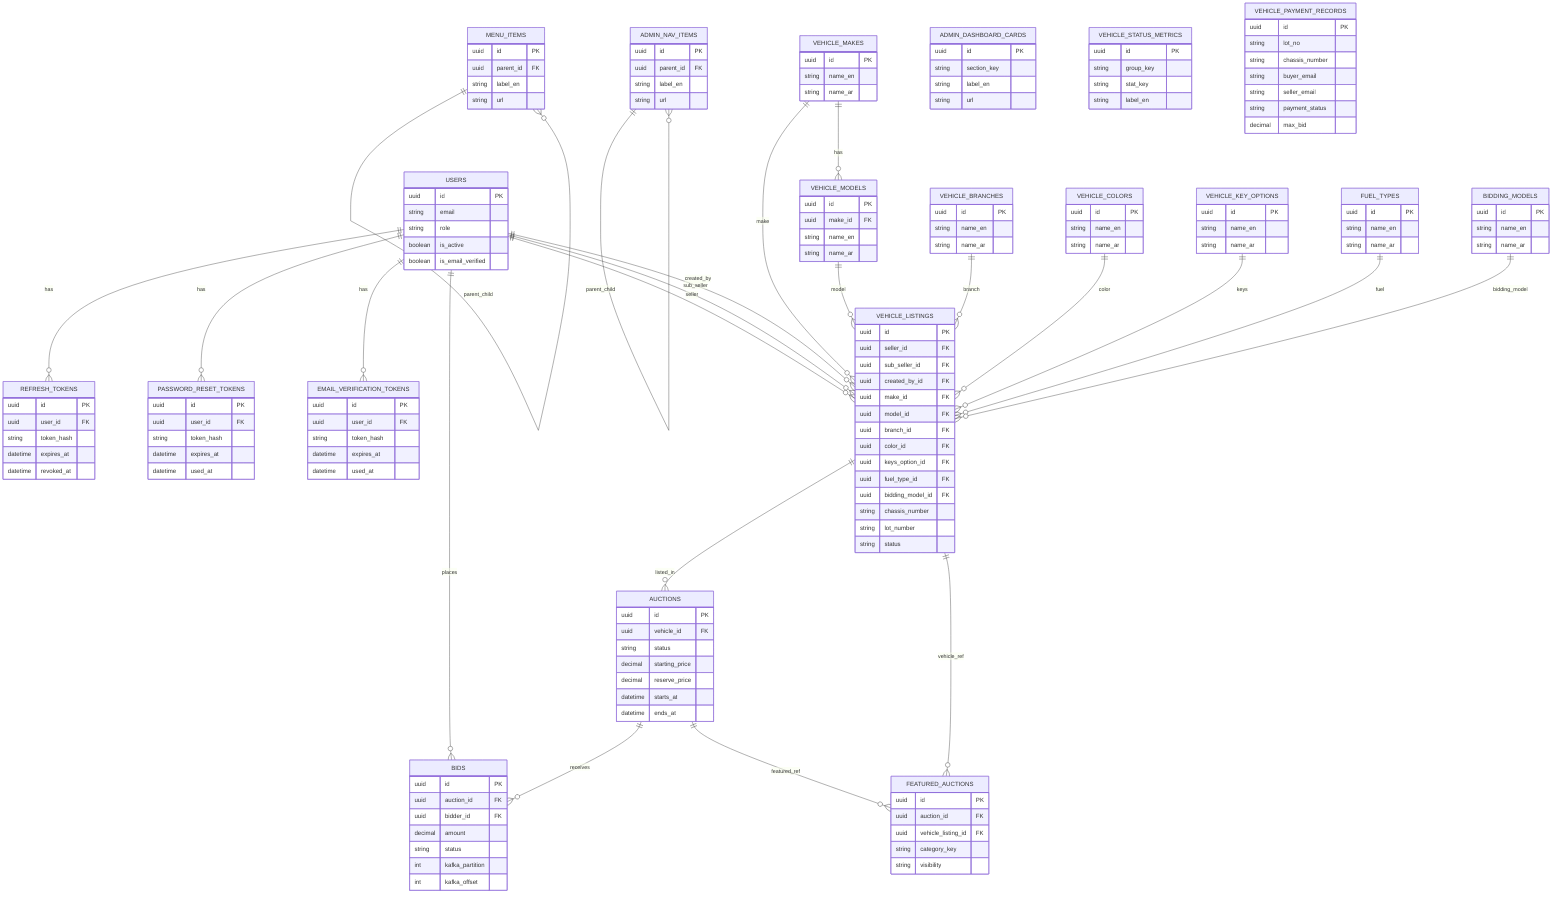
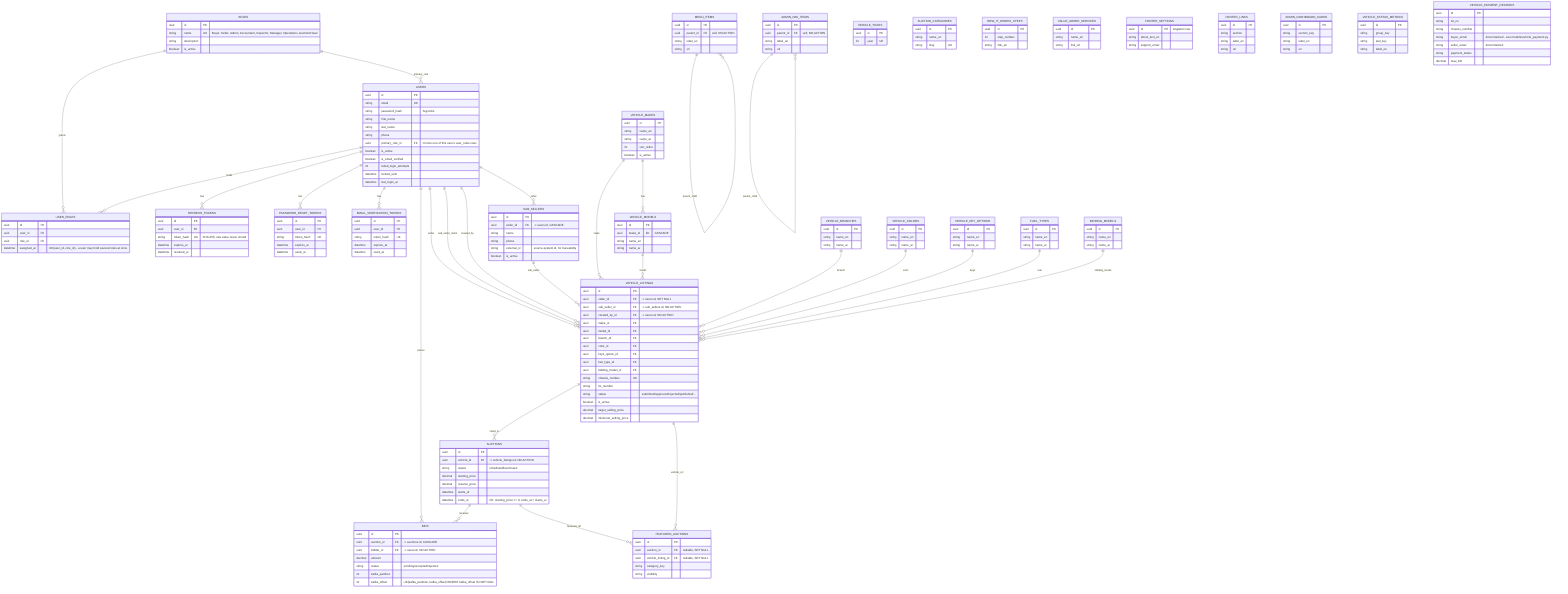
erDiagram
+     %% --- Identity & RBAC ---
+     ROLES ||--o{ USER_ROLES : grants
+     USERS ||--o{ USER_ROLES : holds
    USERS ||--o{ REFRESH_TOKENS : has
    USERS ||--o{ PASSWORD_RESET_TOKENS : has
    USERS ||--o{ EMAIL_VERIFICATION_TOKENS : has
+     ROLES ||--o{ USERS : primary_role
+ 
+     %% --- Sellers / sub-sellers ---
+     USERS ||--o{ SUB_SELLERS : seller
+     USERS ||--o{ VEHICLE_LISTINGS : seller
+     USERS ||--o{ VEHICLE_LISTINGS : sub_seller_client
+     USERS ||--o{ VEHICLE_LISTINGS : created_by
+     SUB_SELLERS ||--o{ VEHICLE_LISTINGS : sub_seller
+ 
+     %% --- Auctions & bids ---
    USERS ||--o{ BIDS : places
-     USERS ||--o{ VEHICLE_LISTINGS : seller
-     USERS ||--o{ VEHICLE_LISTINGS : sub_seller
-     USERS ||--o{ VEHICLE_LISTINGS : created_by
- 
    VEHICLE_LISTINGS ||--o{ AUCTIONS : listed_in
    AUCTIONS ||--o{ BIDS : receives
- 
+     AUCTIONS ||--o{ FEATURED_AUCTIONS : featured_ref
+     VEHICLE_LISTINGS ||--o{ FEATURED_AUCTIONS : vehicle_ref
+ 
+     %% --- Vehicle intake lookups ---
    VEHICLE_MAKES ||--o{ VEHICLE_MODELS : has
    VEHICLE_MAKES ||--o{ VEHICLE_LISTINGS : make
    VEHICLE_MODELS ||--o{ VEHICLE_LISTINGS : model
    VEHICLE_BRANCHES ||--o{ VEHICLE_LISTINGS : branch
    VEHICLE_COLORS ||--o{ VEHICLE_LISTINGS : color
    VEHICLE_KEY_OPTIONS ||--o{ VEHICLE_LISTINGS : keys
    FUEL_TYPES ||--o{ VEHICLE_LISTINGS : fuel
    BIDDING_MODELS ||--o{ VEHICLE_LISTINGS : bidding_model

-     AUCTIONS ||--o{ FEATURED_AUCTIONS : featured_ref
-     VEHICLE_LISTINGS ||--o{ FEATURED_AUCTIONS : vehicle_ref
- 
+     %% --- Public content chrome ---
    MENU_ITEMS ||--o{ MENU_ITEMS : parent_child
+ 
+     %% --- Admin dashboard chrome ---
    ADMIN_NAV_ITEMS ||--o{ ADMIN_NAV_ITEMS : parent_child

+     ROLES {
+         uuid id PK
+         string name UK "Buyer, Seller, Admin, Accountant, Inspector, Manager, Operations, AuctionsHead"
+         string description
+         boolean is_active
+     }
+ 
+     USER_ROLES {
+         uuid id PK
+         uuid user_id FK
+         uuid role_id FK
+         datetime assigned_at
+         "UK(user_id, role_id) - a user may hold several roles at once"
+     }
+ 
    USERS {
        uuid id PK
-         string email
-         string role
+         string email UK
+         string password_hash "Argon2id"
+         string first_name
+         string last_name
+         string phone
+         uuid primary_role_id FK "mirrors one of this user's user_roles rows"
        boolean is_active
        boolean is_email_verified
+         int failed_login_attempts
+         datetime locked_until
+         datetime last_login_at
+     }
+ 
+     REFRESH_TOKENS {
+         uuid id PK
+         uuid user_id FK
+         string token_hash UK "SHA-256, raw value never stored"
+         datetime expires_at
+         datetime revoked_at
+     }
+ 
+     PASSWORD_RESET_TOKENS {
+         uuid id PK
+         uuid user_id FK
+         string token_hash UK
+         datetime expires_at
+         datetime used_at
+     }
+ 
+     EMAIL_VERIFICATION_TOKENS {
+         uuid id PK
+         uuid user_id FK
+         string token_hash UK
+         datetime expires_at
+         datetime used_at
+     }
+ 
+     SUB_SELLERS {
+         uuid id PK
+         uuid seller_id FK "-> users.id, CASCADE"
+         string name
+         string phone
+         string external_id "source-system id, for traceability"
+         boolean is_active
    }

    VEHICLE_LISTINGS {
        uuid id PK
-         uuid seller_id FK
-         uuid sub_seller_id FK
-         uuid created_by_id FK
+         uuid seller_id FK "-> users.id, SET NULL"
+         uuid sub_seller_id FK "-> sub_sellers.id, NO ACTION"
+         uuid created_by_id FK "-> users.id, NO ACTION"
        uuid make_id FK
        uuid model_id FK
        uuid branch_id FK
        uuid color_id FK
        uuid keys_option_id FK
        uuid fuel_type_id FK
        uuid bidding_model_id FK
-         string chassis_number
+         string chassis_number UK
        string lot_number
-         string status
+         string status "submitted/approved/rejected/published/..."
+         boolean is_active
+         decimal target_selling_price
+         decimal minimum_selling_price
    }

    AUCTIONS {
        uuid id PK
-         uuid vehicle_id FK
-         string status
+         uuid vehicle_id FK "-> vehicle_listings.id, NO ACTION"
+         string status "scheduled/live/closed"
        decimal starting_price
        decimal reserve_price
        datetime starts_at
        datetime ends_at
+         "CK: starting_price >= 0, ends_at > starts_at"
    }

    BIDS {
        uuid id PK
-         uuid auction_id FK
-         uuid bidder_id FK
+         uuid auction_id FK "-> auctions.id, CASCADE"
+         uuid bidder_id FK "-> users.id, NO ACTION"
        decimal amount
-         string status
+         string status "pending/accepted/rejected"
        int kafka_partition
        int kafka_offset
-     }
- 
-     REFRESH_TOKENS {
-         uuid id PK
-         uuid user_id FK
-         string token_hash
-         datetime expires_at
-         datetime revoked_at
-     }
- 
-     PASSWORD_RESET_TOKENS {
-         uuid id PK
-         uuid user_id FK
-         string token_hash
-         datetime expires_at
-         datetime used_at
-     }
- 
-     EMAIL_VERIFICATION_TOKENS {
-         uuid id PK
-         uuid user_id FK
-         string token_hash
-         datetime expires_at
-         datetime used_at
+         "UK(kafka_partition, kafka_offset) WHERE kafka_offset IS NOT NULL"
    }

    VEHICLE_MAKES {
        uuid id PK
        string name_en
        string name_ar
+         int sort_order
+         boolean is_active
    }

    VEHICLE_MODELS {
        uuid id PK
-         uuid make_id FK
-         string name_en
-         string name_ar
+         uuid make_id FK "CASCADE"
+         string name_en
+         string name_ar
+     }
+ 
+     VEHICLE_YEARS {
+         uuid id PK
+         int year UK
    }

    VEHICLE_BRANCHES {
        uuid id PK
        string name_en
        string name_ar
    }

    VEHICLE_COLORS {
        uuid id PK
        string name_en
        string name_ar
    }

    VEHICLE_KEY_OPTIONS {
        uuid id PK
        string name_en
        string name_ar
    }

    FUEL_TYPES {
        uuid id PK
        string name_en
        string name_ar
    }

    BIDDING_MODELS {
        uuid id PK
        string name_en
        string name_ar
    }

    FEATURED_AUCTIONS {
        uuid id PK
-         uuid auction_id FK
-         uuid vehicle_listing_id FK
+         uuid auction_id FK "nullable, SET NULL"
+         uuid vehicle_listing_id FK "nullable, SET NULL"
        string category_key
        string visibility
    }

    MENU_ITEMS {
        uuid id PK
-         uuid parent_id FK
+         uuid parent_id FK "self, NO ACTION"
+         string label_en
+         string url
+     }
+ 
+     AUCTION_CATEGORIES {
+         uuid id PK
+         string name_en
+         string slug UK
+     }
+ 
+     HOW_IT_WORKS_STEPS {
+         uuid id PK
+         int step_number
+         string title_en
+     }
+ 
+     VALUE_ADDED_SERVICES {
+         uuid id PK
+         string name_en
+         string link_url
+     }
+ 
+     FOOTER_SETTINGS {
+         uuid id PK "singleton row"
+         string about_text_en
+         string support_email
+     }
+ 
+     FOOTER_LINKS {
+         uuid id PK
+         string section
        string label_en
        string url
    }

    ADMIN_NAV_ITEMS {
        uuid id PK
-         uuid parent_id FK
+         uuid parent_id FK "self, NO ACTION"
        string label_en
        string url
    }

    ADMIN_DASHBOARD_CARDS {
        uuid id PK
        string section_key
        string label_en
        string url
    }

    VEHICLE_STATUS_METRICS {
        uuid id PK
        string group_key
        string stat_key
        string label_en
    }

    VEHICLE_PAYMENT_RECORDS {
        uuid id PK
        string lot_no
        string chassis_number
-         string buyer_email
-         string seller_email
+         string buyer_email "denormalized - see models/vehicle_payment.py"
+         string seller_email "denormalized"
        string payment_status
        decimal max_bid
    }
